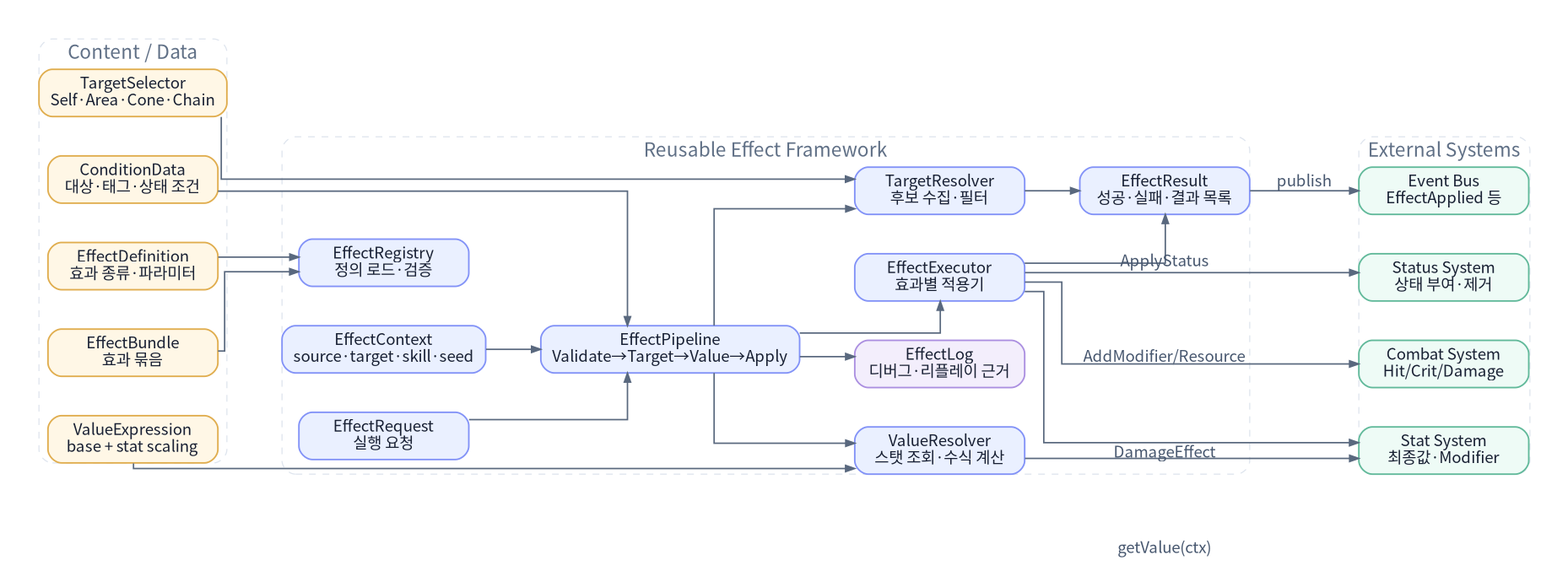
This is assets/diagrams/09_effect_component_diagram.png from JY-LemongO/game-system-framework-knowledge-site, a Graphviz export, as it was before one commit. Its source is kept beside it as source/diagrams/09_effect_component_diagram.dot. Its diagram source:
```dot
digraph G {

  graph [fontname="Noto Sans CJK KR", bgcolor="#ffffff", margin=0.12, pad=0.25, ranksep=0.65, nodesep=0.48];
  node [fontname="Noto Sans CJK KR", shape=box, style="rounded,filled", color="#bac7db", penwidth=1.4, fillcolor="#ffffff", fontcolor="#182033", margin="0.14,0.09"];
  edge [fontname="Noto Sans CJK KR", color="#59687e", fontcolor="#46566e", arrowsize=0.8, penwidth=1.3];

  rankdir=LR;
  splines=ortho;
  node [shape=box, style="rounded,filled", width=2.1, height=0.52];
  subgraph cluster_data {
    label="Content / Data"; style="rounded,dashed"; color="#dfe5ee"; fontname="Noto Sans CJK KR"; fontcolor="#607086"; fontsize=17;
    EffectDefinitionData [label="EffectDefinition
효과 종류·파라미터", fillcolor="#fff7e6", color="#e0ad4e"];
    EffectBundleData [label="EffectBundle
효과 묶음", fillcolor="#fff7e6", color="#e0ad4e"];
    TargetSelectorData [label="TargetSelector
Self·Area·Cone·Chain", fillcolor="#fff7e6", color="#e0ad4e"];
    ValueExpressionData [label="ValueExpression
base + stat scaling", fillcolor="#fff7e6", color="#e0ad4e"];
    ConditionData [label="ConditionData
대상·태그·상태 조건", fillcolor="#fff7e6", color="#e0ad4e"];
  }
  subgraph cluster_runtime {
    label="Reusable Effect Framework"; style="rounded,dashed"; color="#dfe5ee"; fontname="Noto Sans CJK KR"; fontcolor="#607086"; fontsize=17;
    EffectRegistry [label="EffectRegistry
정의 로드·검증", fillcolor="#eaf0ff", color="#8292f7"];
    EffectRequest [label="EffectRequest
실행 요청", fillcolor="#eaf0ff", color="#8292f7"];
    EffectContext [label="EffectContext
source·target·skill·seed", fillcolor="#eaf0ff", color="#8292f7"];
    EffectPipeline [label="EffectPipeline
Validate→Target→Value→Apply", fillcolor="#eaf0ff", color="#8292f7"];
    TargetResolver [label="TargetResolver
후보 수집·필터", fillcolor="#eaf0ff", color="#8292f7"];
    ValueResolver [label="ValueResolver
스탯 조회·수식 계산", fillcolor="#eaf0ff", color="#8292f7"];
    EffectExecutor [label="EffectExecutor
효과별 적용기", fillcolor="#eaf0ff", color="#8292f7"];
    EffectResult [label="EffectResult
성공·실패·결과 목록", fillcolor="#eaf0ff", color="#8292f7"];
    EffectLog [label="EffectLog
디버그·리플레이 근거", fillcolor="#f3eefc", color="#ab8fe0"];
  }
  subgraph cluster_external {
    label="External Systems"; style="rounded,dashed"; color="#dfe5ee"; fontname="Noto Sans CJK KR"; fontcolor="#607086"; fontsize=17;
    StatSystem [label="Stat System
최종값·Modifier", fillcolor="#eefbf6", color="#61b99a"];
    CombatSystem [label="Combat System
Hit/Crit/Damage", fillcolor="#eefbf6", color="#61b99a"];
    StatusSystem [label="Status System
상태 부여·제거", fillcolor="#eefbf6", color="#61b99a"];
    EventBus [label="Event Bus
EffectApplied 등", fillcolor="#eefbf6", color="#61b99a"];
  }
  EffectDefinitionData -> EffectRegistry;
  EffectBundleData -> EffectRegistry;
  TargetSelectorData -> TargetResolver;
  ValueExpressionData -> ValueResolver;
  ConditionData -> EffectPipeline;
  EffectRequest -> EffectPipeline;
  EffectContext -> EffectPipeline;
  EffectPipeline -> TargetResolver;
  EffectPipeline -> ValueResolver;
  EffectPipeline -> EffectExecutor;
  TargetResolver -> EffectResult;
  ValueResolver -> StatSystem [label="getValue(ctx)"];
  EffectExecutor -> CombatSystem [label="DamageEffect"];
  EffectExecutor -> StatusSystem [label="ApplyStatus"];
  EffectExecutor -> StatSystem [label="AddModifier/Resource"];
  EffectExecutor -> EffectResult;
  EffectResult -> EventBus [label="publish"];
  EffectPipeline -> EffectLog;
}
```
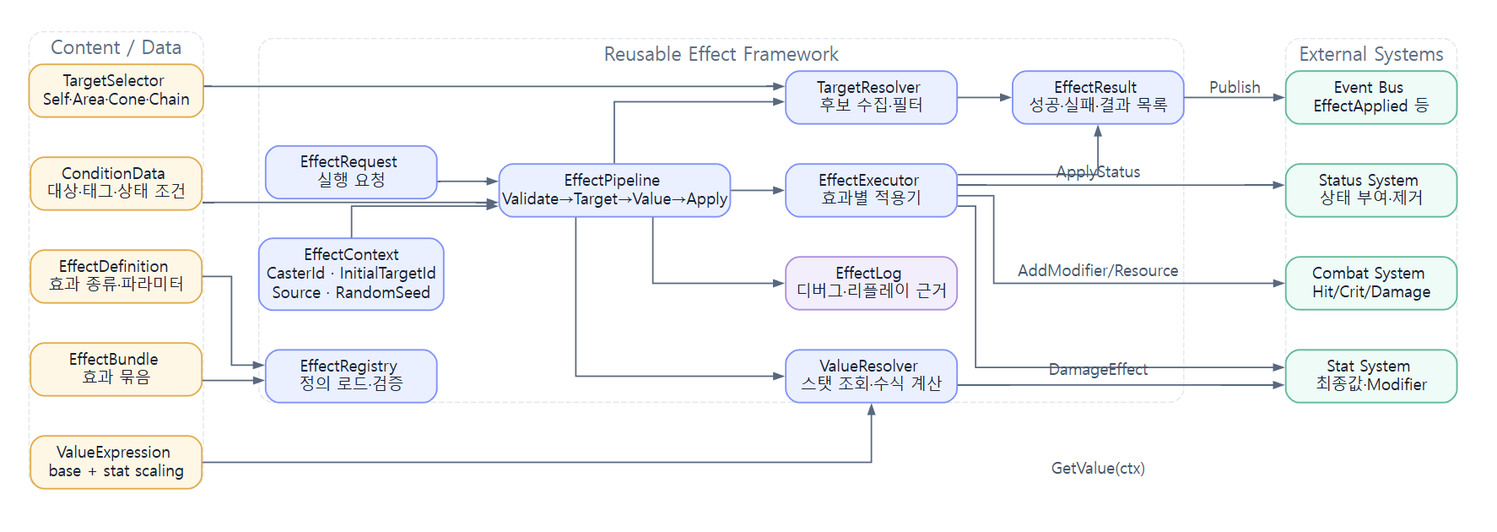
After the commit.

What changed in the source:
```diff
@@ -27,7 +27,8 @@
     EffectRequest [label="EffectRequest
 실행 요청", fillcolor="#eaf0ff", color="#8292f7"];
     EffectContext [label="EffectContext
-source·target·skill·seed", fillcolor="#eaf0ff", color="#8292f7"];
+CasterId · InitialTargetId
+Source · RandomSeed", fillcolor="#eaf0ff", color="#8292f7"];
     EffectPipeline [label="EffectPipeline
 Validate→Target→Value→Apply", fillcolor="#eaf0ff", color="#8292f7"];
     TargetResolver [label="TargetResolver
@@ -63,11 +64,11 @@
   EffectPipeline -> ValueResolver;
   EffectPipeline -> EffectExecutor;
   TargetResolver -> EffectResult;
-  ValueResolver -> StatSystem [label="getValue(ctx)"];
+  ValueResolver -> StatSystem [label="GetValue(ctx)"];
   EffectExecutor -> CombatSystem [label="DamageEffect"];
   EffectExecutor -> StatusSystem [label="ApplyStatus"];
   EffectExecutor -> StatSystem [label="AddModifier/Resource"];
   EffectExecutor -> EffectResult;
-  EffectResult -> EventBus [label="publish"];
+  EffectResult -> EventBus [label="Publish"];
   EffectPipeline -> EffectLog;
 }
```
